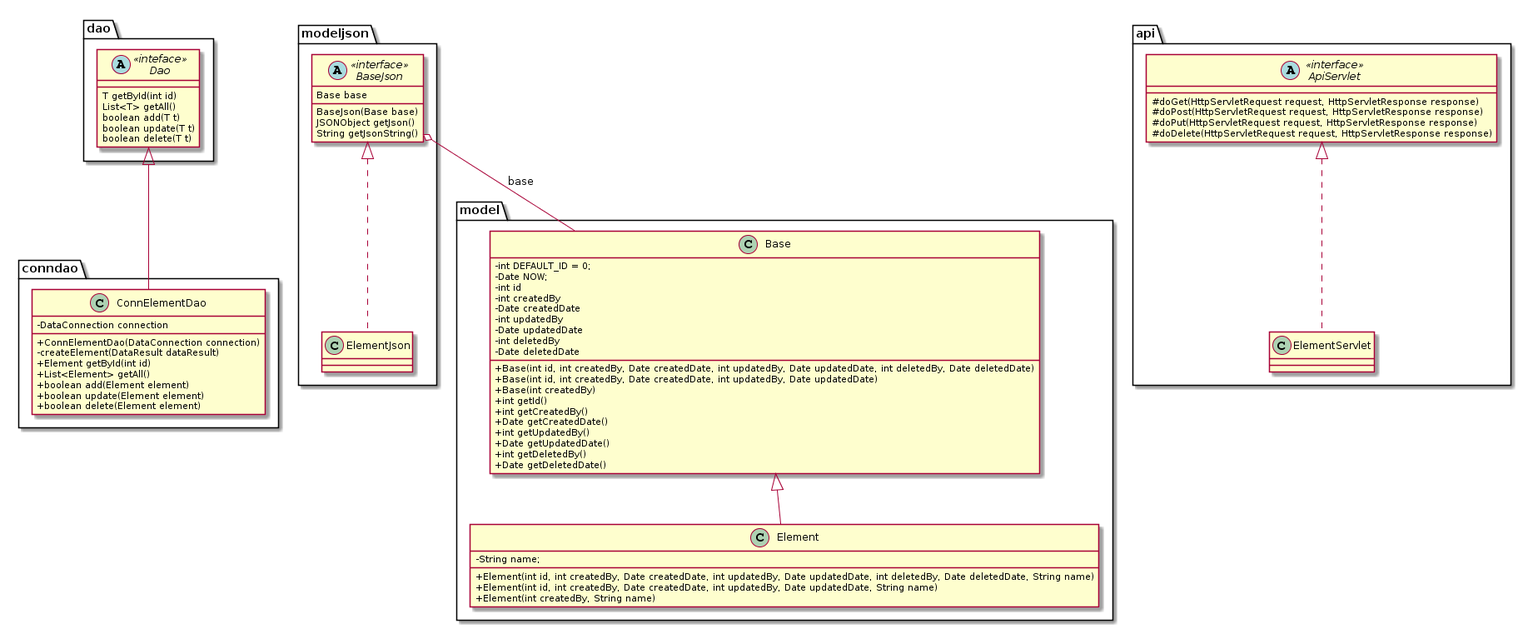
Before: doc/img/dao_classes.png, a diagram exported from PlantUML (giuliobosco/freqline). Its diagram source:
```plantuml
@startuml
skinparam classAttributeIconSize 0

package dao {
    abstract Dao <<inteface>> {
        T getById(int id)
        List<T> getAll()
        boolean add(T t)
        boolean update(T t)
        boolean delete(T t)
    }
}

package model {
    class Base {
        -int DEFAULT_ID = 0;
        -Date NOW;
        -int id
        -int createdBy
        -Date createdDate
        -int updatedBy
        -Date updatedDate
        -int deletedBy
        -Date deletedDate
        +Base(int id, int createdBy, Date createdDate, int updatedBy, Date updatedDate, int deletedBy, Date deletedDate)
        +Base(int id, int createdBy, Date createdDate, int updatedBy, Date updatedDate)
        +Base(int createdBy)
        +int getId()
        +int getCreatedBy()
        +Date getCreatedDate()
        +int getUpdatedBy()
        +Date getUpdatedDate()
        +int getDeletedBy()
        +Date getDeletedDate()
    }

    class Element {
        -String name;
        +Element(int id, int createdBy, Date createdDate, int updatedBy, Date updatedDate, int deletedBy, Date deletedDate, String name)
        +Element(int id, int createdBy, Date createdDate, int updatedBy, Date updatedDate, String name)
        +Element(int createdBy, String name)
    }
    Base <|-- Element
}

package conndao {
    class ConnElementDao {
        - DataConnection connection
        + ConnElementDao(DataConnection connection)
        - createElement(DataResult dataResult)
        + Element getById(int id)
        + List<Element> getAll()
        + boolean add(Element element)
        + boolean update(Element element)
        + boolean delete(Element element)
    }
    Dao <|-- ConnElementDao
}

package modeljson {
    abstract BaseJson <<interface>> {
        Base base
        BaseJson(Base base)
        JSONObject getJson()
        String getJsonString()
    }
    BaseJson o-- Base : base

    class ElementJson {

    }
    BaseJson <|.. ElementJson
}

package api {
    abstract ApiServlet <<interface>> {
        #doGet(HttpServletRequest request, HttpServletResponse response)
        #doPost(HttpServletRequest request, HttpServletResponse response)
        #doPut(HttpServletRequest request, HttpServletResponse response)
        #doDelete(HttpServletRequest request, HttpServletResponse response)
    }

    class ElementServlet {

    }
    ApiServlet <|.. ElementServlet
}
@enduml
```
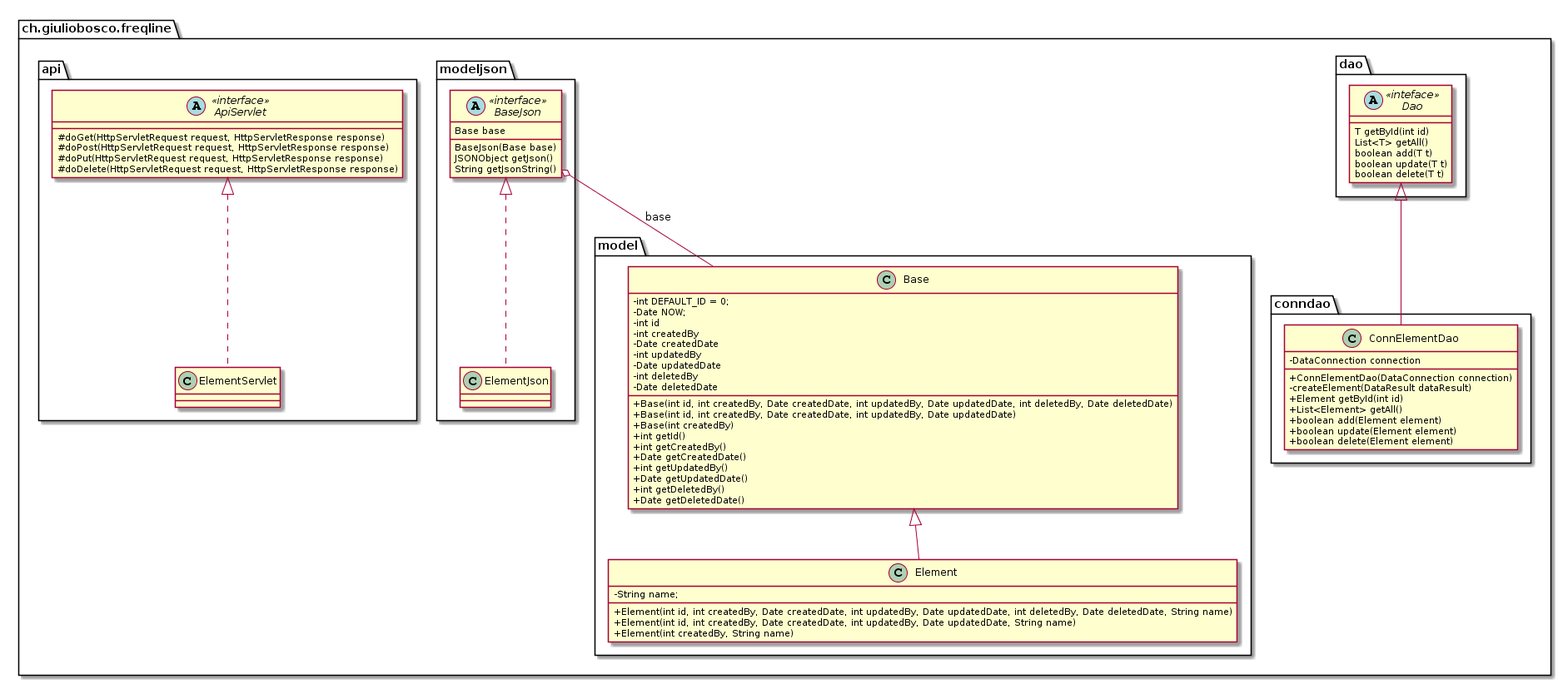
The same diagram one commit later.

Commit message:
fix design/dao_classes main package

Diff of the diagram source:
```diff
@@ -1,6 +1,7 @@
 @startuml
 skinparam classAttributeIconSize 0
 
+package ch.giuliobosco.freqline {
 package dao {
     abstract Dao <<inteface>> {
         T getById(int id)
@@ -85,4 +86,5 @@
     }
     ApiServlet <|.. ElementServlet
 }
+}
 @enduml
```
